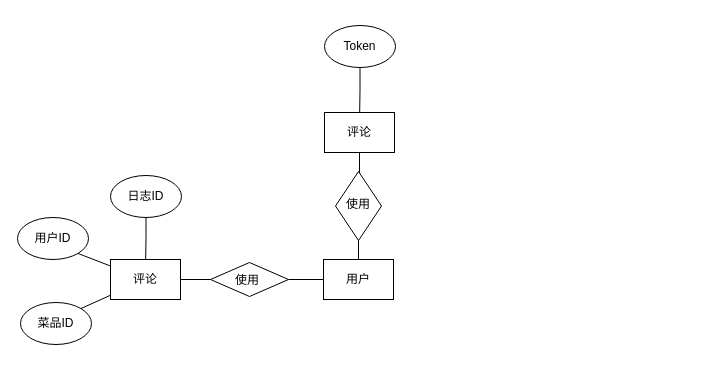
Above: Redis的ER.drawio in wangXingRunning/wangXingRunning.github.io (draw.io), before the change. Source tidied: cells renumbered, new cells numbered last; positions are measured from the earlier drawing's top-left corner, leaving out a move shared by most shapes. Both pictures are drawn from the tidied source at 100%, with x=0, y=0 at pixel (17, 25).
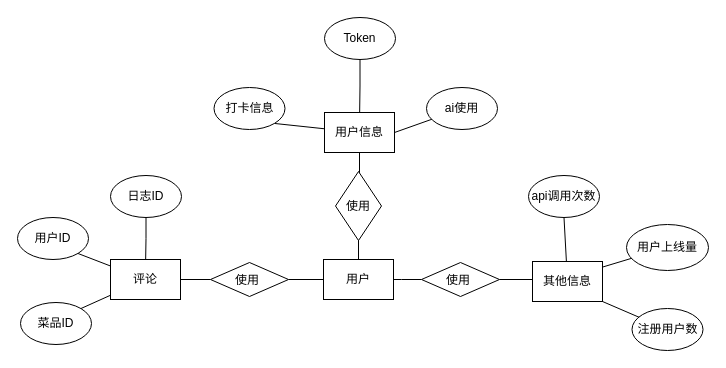
The same diagram, later.

The edit, as a diff of the source:
```diff
@@
     <mxCell id="13" value="Token" style="ellipse;whiteSpace=wrap;html=1;align=center;" parent="1" vertex="1">
-      <mxGeometry x="307" width="71" height="42" as="geometry" />
+      <mxGeometry x="307" y="-8" width="71" height="42" as="geometry" />
     </mxCell>
@@
     <mxCell id="16" value="使用" style="text;strokeColor=none;fillColor=none;spacingLeft=4;spacingRight=4;overflow=hidden;fontSize=12;whiteSpace=wrap;html=1;" parent="1" vertex="1">
-      <mxGeometry x="323" y="165" width="40" height="38" as="geometry" />
+      <mxGeometry x="322.5" y="167" width="40" height="38" as="geometry" />
     </mxCell>
+    <mxCell id="18" style="edgeStyle=orthogonalEdgeStyle;rounded=0;jettySize=auto;html=1;exitX=0.5;exitY=1;exitDx=0;exitDy=0;targetPerimeterSpacing=-11;" parent="1" edge="1" source="13" target="19">
+      <mxGeometry relative="1" as="geometry" />
+    </mxCell>
+    <mxCell id="20" style="rounded=0;jettySize=auto;html=1;exitX=1;exitY=0.5;exitDx=0;exitDy=0;targetPerimeterSpacing=-11;sourcePerimeterSpacing=-4;" parent="1" edge="1" source="19" target="21">
+      <mxGeometry relative="1" as="geometry" />
+    </mxCell>
+    <mxCell id="21" value="ai使用" style="ellipse;whiteSpace=wrap;html=1;align=center;" parent="1" vertex="1">
+      <mxGeometry x="409" y="62" width="71" height="42" as="geometry" />
+    </mxCell>
+    <mxCell id="22" style="rounded=0;jettySize=auto;html=1;exitX=1;exitY=1;exitDx=0;exitDy=0;targetPerimeterSpacing=-12;" parent="1" edge="1" source="23" target="19">
+      <mxGeometry relative="1" as="geometry" />
+    </mxCell>
+    <mxCell id="23" value="打卡信息" style="ellipse;whiteSpace=wrap;html=1;align=center;" parent="1" vertex="1">
+      <mxGeometry x="196.5" y="62" width="71" height="42" as="geometry" />
+    </mxCell>
+    <mxCell id="19" value="用户信息" style="whiteSpace=wrap;html=1;align=center;" parent="1" vertex="1">
+      <mxGeometry x="307" y="87" width="70" height="40" as="geometry" />
+    </mxCell>
+    <mxCell id="24" style="edgeStyle=orthogonalEdgeStyle;rounded=0;jettySize=auto;html=1;exitX=0;exitY=0.5;exitDx=0;exitDy=0;targetPerimeterSpacing=-10;" parent="1" edge="1" source="26">
+      <mxGeometry relative="1" as="geometry">
+        <mxPoint x="364" y="254" as="targetPoint" />
+      </mxGeometry>
+    </mxCell>
+    <mxCell id="25" style="edgeStyle=orthogonalEdgeStyle;rounded=0;jettySize=auto;html=1;exitX=1;exitY=0.5;exitDx=0;exitDy=0;targetPerimeterSpacing=-10;" parent="1" edge="1" source="26">
+      <mxGeometry relative="1" as="geometry">
+        <mxPoint x="527" y="254" as="targetPoint" />
+      </mxGeometry>
+    </mxCell>
+    <mxCell id="26" style="rhombus;whiteSpace=wrap;html=1;" parent="1" vertex="1">
+      <mxGeometry x="404" y="237" width="78" height="34" as="geometry" />
+    </mxCell>
+    <mxCell id="27" value="使用" style="text;strokeColor=none;fillColor=none;spacingLeft=4;spacingRight=4;overflow=hidden;fontSize=12;whiteSpace=wrap;html=1;" parent="1" vertex="1">
+      <mxGeometry x="423" y="241" width="40" height="30" as="geometry" />
+    </mxCell>
@@
-    <mxCell id="18" style="edgeStyle=orthogonalEdgeStyle;rounded=0;jettySize=auto;html=1;exitX=0.5;exitY=1;exitDx=0;exitDy=0;targetPerimeterSpacing=-11;" parent="1" edge="1" source="13" target="19">
-      <mxGeometry relative="1" as="geometry" />
-    </mxCell>
-    <mxCell id="19" value="评论" style="whiteSpace=wrap;html=1;align=center;" parent="1" vertex="1">
-      <mxGeometry x="307" y="87" width="70" height="40" as="geometry" />
-    </mxCell>
+    <mxCell id="28" style="rounded=0;jettySize=auto;html=1;exitX=1;exitY=0.5;exitDx=0;exitDy=0;targetPerimeterSpacing=-11;sourcePerimeterSpacing=-4;" parent="1" edge="1" target="29">
+      <mxGeometry relative="1" as="geometry">
+        <mxPoint x="577" y="244" as="sourcePoint" />
+      </mxGeometry>
+    </mxCell>
+    <mxCell id="29" value="用户上线量" style="ellipse;whiteSpace=wrap;html=1;align=center;" parent="1" vertex="1">
+      <mxGeometry x="609" y="199" width="82" height="46" as="geometry" />
+    </mxCell>
+    <mxCell id="30" style="rounded=0;jettySize=auto;html=1;exitX=0.5;exitY=1;exitDx=0;exitDy=0;targetPerimeterSpacing=-12;" parent="1" edge="1" source="31" target="33">
+      <mxGeometry relative="1" as="geometry" />
+    </mxCell>
+    <mxCell id="31" value="api调用次数" style="ellipse;whiteSpace=wrap;html=1;align=center;" parent="1" vertex="1">
+      <mxGeometry x="511" y="150" width="71" height="42" as="geometry" />
+    </mxCell>
+    <mxCell id="32" style="rounded=0;jettySize=auto;html=1;exitX=1;exitY=1;exitDx=0;exitDy=0;targetPerimeterSpacing=-10;" parent="1" edge="1" source="33" target="34">
+      <mxGeometry relative="1" as="geometry" />
+    </mxCell>
+    <mxCell id="33" value="其他信息" style="whiteSpace=wrap;html=1;align=center;" parent="1" vertex="1">
+      <mxGeometry x="515" y="236" width="70" height="40" as="geometry" />
+    </mxCell>
+    <mxCell id="34" value="注册用户数" style="ellipse;whiteSpace=wrap;html=1;align=center;" parent="1" vertex="1">
+      <mxGeometry x="614.5" y="283" width="71" height="42" as="geometry" />
+    </mxCell>
```
